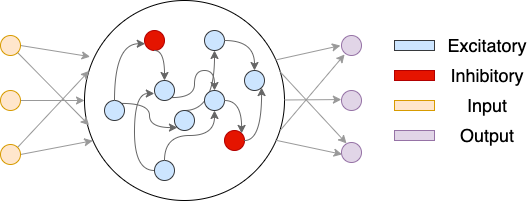
This is docs/images/basics/EIRNN_structure.png from NN4Neurosim/nn4n, a draw.io export, as it was before one commit. Source tidied: cells renumbered, new cells last; positions are measured from the earlier drawing's top-left corner, leaving out a move shared by most shapes. Its diagram source:
```xml
<mxGraphModel>
  <root>
    <mxCell id="0" />
    <mxCell id="1" parent="0" />
    <mxCell id="2" style="ellipse;whiteSpace=wrap;html=1;" parent="1" vertex="1">
      <mxGeometry x="84" width="200" height="200" as="geometry" />
    </mxCell>
    <mxCell id="3" style="ellipse;whiteSpace=wrap;html=1;fillColor=#e51400;strokeColor=#B20000;fontColor=#ffffff;" parent="1" vertex="1">
      <mxGeometry x="144" y="30" width="20" height="20" as="geometry" />
    </mxCell>
    <mxCell id="4" style="ellipse;whiteSpace=wrap;html=1;fillColor=#cce5ff;strokeColor=#36393d;" parent="1" vertex="1">
      <mxGeometry x="154" y="80" width="20" height="20" as="geometry" />
    </mxCell>
    <mxCell id="5" style="ellipse;whiteSpace=wrap;html=1;fillColor=#cce5ff;strokeColor=#36393d;" parent="1" vertex="1">
      <mxGeometry x="244" y="70" width="20" height="20" as="geometry" />
    </mxCell>
    <mxCell id="6" style="ellipse;whiteSpace=wrap;html=1;fillColor=#e51400;strokeColor=#B20000;fontColor=#ffffff;" parent="1" vertex="1">
      <mxGeometry x="224" y="130" width="20" height="20" as="geometry" />
    </mxCell>
    <mxCell id="7" style="ellipse;whiteSpace=wrap;html=1;fillColor=#cce5ff;strokeColor=#36393d;" parent="1" vertex="1">
      <mxGeometry x="204" y="30" width="20" height="20" as="geometry" />
    </mxCell>
    <mxCell id="8" style="edgeStyle=orthogonalEdgeStyle;curved=1;rounded=0;jettySize=auto;html=1;exitX=1;exitY=0;exitDx=0;exitDy=0;entryX=0;entryY=1;entryDx=0;entryDy=0;strokeColor=#666666;" parent="1" edge="1" source="9" target="13">
      <mxGeometry relative="1" as="geometry" />
    </mxCell>
    <mxCell id="9" style="ellipse;whiteSpace=wrap;html=1;fillColor=#cce5ff;strokeColor=#36393d;" parent="1" vertex="1">
      <mxGeometry x="104" y="100" width="20" height="20" as="geometry" />
    </mxCell>
    <mxCell id="10" style="edgeStyle=orthogonalEdgeStyle;curved=1;rounded=0;jettySize=auto;html=1;exitX=0.5;exitY=0;exitDx=0;exitDy=0;entryX=0.5;entryY=1;entryDx=0;entryDy=0;strokeColor=#666666;" parent="1" edge="1" source="13" target="7">
      <mxGeometry relative="1" as="geometry">
        <Array as="points">
          <mxPoint x="214" y="110" />
        </Array>
      </mxGeometry>
    </mxCell>
    <mxCell id="11" style="ellipse;whiteSpace=wrap;html=1;fillColor=#cce5ff;strokeColor=#36393d;" parent="1" vertex="1">
      <mxGeometry x="154" y="160" width="20" height="20" as="geometry" />
    </mxCell>
    <mxCell id="12" style="ellipse;whiteSpace=wrap;html=1;fillColor=#cce5ff;strokeColor=#36393d;" parent="1" vertex="1">
      <mxGeometry x="204" y="90" width="20" height="20" as="geometry" />
    </mxCell>
    <mxCell id="13" style="ellipse;whiteSpace=wrap;html=1;fillColor=#cce5ff;strokeColor=#36393d;" parent="1" vertex="1">
      <mxGeometry x="174" y="110" width="20" height="20" as="geometry" />
    </mxCell>
    <mxCell id="14" style="edgeStyle=orthogonalEdgeStyle;curved=1;rounded=0;jettySize=auto;html=1;exitX=0.5;exitY=0;exitDx=0;exitDy=0;entryX=0.5;entryY=1;entryDx=0;entryDy=0;strokeColor=#666666;" parent="1" edge="1" source="11" target="12">
      <mxGeometry relative="1" as="geometry" />
    </mxCell>
    <mxCell id="15" style="edgeStyle=orthogonalEdgeStyle;curved=1;rounded=0;jettySize=auto;html=1;exitX=1;exitY=1;exitDx=0;exitDy=0;entryX=0.5;entryY=0;entryDx=0;entryDy=0;strokeColor=#666666;" parent="1" edge="1" source="4" target="12">
      <mxGeometry relative="1" as="geometry" />
    </mxCell>
    <mxCell id="16" style="edgeStyle=orthogonalEdgeStyle;curved=1;rounded=0;jettySize=auto;html=1;exitX=1;exitY=0.5;exitDx=0;exitDy=0;entryX=1;entryY=0;entryDx=0;entryDy=0;strokeColor=#666666;" parent="1" edge="1" source="12" target="6">
      <mxGeometry relative="1" as="geometry" />
    </mxCell>
    <mxCell id="17" style="edgeStyle=orthogonalEdgeStyle;curved=1;rounded=0;jettySize=auto;html=1;exitX=0.5;exitY=1;exitDx=0;exitDy=0;entryX=0.5;entryY=0;entryDx=0;entryDy=0;strokeColor=#666666;" parent="1" edge="1" source="3" target="4">
      <mxGeometry relative="1" as="geometry" />
    </mxCell>
    <mxCell id="18" style="edgeStyle=orthogonalEdgeStyle;curved=1;rounded=0;jettySize=auto;html=1;exitX=0.5;exitY=0;exitDx=0;exitDy=0;entryX=0.036;entryY=0.661;entryDx=0;entryDy=0;strokeColor=#666666;entryPerimeter=0;" parent="1" edge="1" source="9" target="3">
      <mxGeometry relative="1" as="geometry" />
    </mxCell>
    <mxCell id="19" style="edgeStyle=orthogonalEdgeStyle;curved=1;rounded=0;jettySize=auto;html=1;entryX=1;entryY=1;entryDx=0;entryDy=0;strokeColor=#666666;exitX=1;exitY=0.5;exitDx=0;exitDy=0;" parent="1" edge="1" source="6" target="5">
      <mxGeometry relative="1" as="geometry">
        <Array as="points">
          <mxPoint x="261" y="140" />
        </Array>
      </mxGeometry>
    </mxCell>
    <mxCell id="20" style="edgeStyle=orthogonalEdgeStyle;curved=1;rounded=0;jettySize=auto;html=1;exitX=1;exitY=0.5;exitDx=0;exitDy=0;entryX=0.5;entryY=0;entryDx=0;entryDy=0;strokeColor=#666666;" parent="1" edge="1" source="7" target="5">
      <mxGeometry relative="1" as="geometry" />
    </mxCell>
    <mxCell id="21" style="edgeStyle=orthogonalEdgeStyle;curved=1;rounded=0;jettySize=auto;html=1;exitX=0;exitY=0.5;exitDx=0;exitDy=0;entryX=-0.01;entryY=0.65;entryDx=0;entryDy=0;strokeColor=#666666;entryPerimeter=0;" parent="1" edge="1" source="11" target="4">
      <mxGeometry relative="1" as="geometry" />
    </mxCell>
    <mxCell id="22" style="rounded=0;jettySize=auto;html=1;exitX=1;exitY=0.5;exitDx=0;exitDy=0;fillColor=#f5f5f5;strokeColor=#999999;entryX=0.028;entryY=0.281;entryDx=0;entryDy=0;entryPerimeter=0;" parent="1" edge="1" source="24" target="2">
      <mxGeometry relative="1" as="geometry" />
    </mxCell>
    <mxCell id="23" style="edgeStyle=none;rounded=0;jettySize=auto;html=1;exitX=1;exitY=1;exitDx=0;exitDy=0;entryX=0.023;entryY=0.624;entryDx=0;entryDy=0;entryPerimeter=0;fillColor=#f5f5f5;strokeColor=#999999;" parent="1" edge="1" source="24" target="2">
      <mxGeometry relative="1" as="geometry" />
    </mxCell>
    <mxCell id="24" style="ellipse;whiteSpace=wrap;html=1;fillColor=#ffe6cc;strokeColor=#d79b00;" parent="1" vertex="1">
      <mxGeometry y="35" width="20" height="20" as="geometry" />
    </mxCell>
    <mxCell id="25" style="edgeStyle=none;rounded=0;jettySize=auto;html=1;exitX=1;exitY=0.5;exitDx=0;exitDy=0;fillColor=#f5f5f5;strokeColor=#999999;" parent="1" edge="1" source="26" target="2">
      <mxGeometry relative="1" as="geometry" />
    </mxCell>
    <mxCell id="26" style="ellipse;whiteSpace=wrap;html=1;fillColor=#ffe6cc;strokeColor=#d79b00;" parent="1" vertex="1">
      <mxGeometry y="90" width="20" height="20" as="geometry" />
    </mxCell>
    <mxCell id="27" style="rounded=0;jettySize=auto;html=1;exitX=1;exitY=0.5;exitDx=0;exitDy=0;entryX=0.041;entryY=0.701;entryDx=0;entryDy=0;entryPerimeter=0;fillColor=#f5f5f5;strokeColor=#999999;" parent="1" edge="1" source="29" target="2">
      <mxGeometry relative="1" as="geometry" />
    </mxCell>
    <mxCell id="28" style="edgeStyle=none;rounded=0;jettySize=auto;html=1;exitX=1;exitY=0;exitDx=0;exitDy=0;entryX=0.023;entryY=0.352;entryDx=0;entryDy=0;entryPerimeter=0;fillColor=#f5f5f5;strokeColor=#999999;" parent="1" edge="1" source="29" target="2">
      <mxGeometry relative="1" as="geometry" />
    </mxCell>
    <mxCell id="29" style="ellipse;whiteSpace=wrap;html=1;fillColor=#ffe6cc;strokeColor=#d79b00;" parent="1" vertex="1">
      <mxGeometry y="144" width="20" height="20" as="geometry" />
    </mxCell>
    <mxCell id="30" style="rounded=0;jettySize=auto;html=1;exitX=0.953;exitY=0.298;exitDx=0;exitDy=0;entryX=-0.054;entryY=0.504;entryDx=0;entryDy=0;entryPerimeter=0;fillColor=#f5f5f5;strokeColor=#999999;exitPerimeter=0;" parent="1" edge="1" source="2" target="37">
      <mxGeometry relative="1" as="geometry" />
    </mxCell>
    <mxCell id="31" style="edgeStyle=none;rounded=0;jettySize=auto;html=1;exitX=0.974;exitY=0.352;exitDx=0;exitDy=0;entryX=0.251;entryY=0.047;entryDx=0;entryDy=0;entryPerimeter=0;fillColor=#f5f5f5;strokeColor=#999999;exitPerimeter=0;" parent="1" edge="1" source="2" target="35">
      <mxGeometry relative="1" as="geometry" />
    </mxCell>
    <mxCell id="32" style="edgeStyle=none;rounded=0;jettySize=auto;html=1;exitX=1;exitY=0.5;exitDx=0;exitDy=0;fillColor=#f5f5f5;strokeColor=#999999;entryX=-0.007;entryY=0.453;entryDx=0;entryDy=0;entryPerimeter=0;" parent="1" edge="1" target="36">
      <mxGeometry relative="1" as="geometry">
        <mxPoint x="284" y="99.5" as="sourcePoint" />
      </mxGeometry>
    </mxCell>
    <mxCell id="33" style="rounded=0;jettySize=auto;html=1;exitX=0.953;exitY=0.698;exitDx=0;exitDy=0;entryX=0.033;entryY=0.593;entryDx=0;entryDy=0;entryPerimeter=0;fillColor=#f5f5f5;strokeColor=#999999;exitPerimeter=0;" parent="1" edge="1" source="2" target="35">
      <mxGeometry relative="1" as="geometry" />
    </mxCell>
    <mxCell id="34" style="edgeStyle=none;rounded=0;jettySize=auto;html=1;exitX=0.979;exitY=0.649;exitDx=0;exitDy=0;entryX=0.154;entryY=0.948;entryDx=0;entryDy=0;entryPerimeter=0;fillColor=#f5f5f5;strokeColor=#999999;exitPerimeter=0;" parent="1" edge="1" source="2" target="37">
      <mxGeometry relative="1" as="geometry" />
    </mxCell>
    <mxCell id="35" style="ellipse;whiteSpace=wrap;html=1;fillColor=#e1d5e7;strokeColor=#9673a6;" parent="1" vertex="1">
      <mxGeometry x="341" y="142" width="20" height="20" as="geometry" />
    </mxCell>
    <mxCell id="36" style="ellipse;whiteSpace=wrap;html=1;fillColor=#e1d5e7;strokeColor=#9673a6;" parent="1" vertex="1">
      <mxGeometry x="341" y="90" width="20" height="20" as="geometry" />
    </mxCell>
    <mxCell id="37" style="ellipse;whiteSpace=wrap;html=1;fillColor=#e1d5e7;strokeColor=#9673a6;" parent="1" vertex="1">
      <mxGeometry x="341" y="35" width="20" height="20" as="geometry" />
    </mxCell>
    <mxCell id="38" style="rounded=0;whiteSpace=wrap;html=1;fillColor=#cce5ff;strokeColor=#36393d;fontSize=18;" parent="1" vertex="1">
      <mxGeometry x="394" y="40" width="40" height="10" as="geometry" />
    </mxCell>
    <mxCell id="39" value="Inhibitory" style="text;html=1;strokeColor=none;fillColor=none;align=center;verticalAlign=middle;whiteSpace=wrap;rounded=0;fontSize=18;" parent="1" vertex="1">
      <mxGeometry x="457" y="60" width="60" height="30" as="geometry" />
    </mxCell>
    <mxCell id="40" style="rounded=0;whiteSpace=wrap;html=1;fillColor=#e51400;fontColor=#ffffff;strokeColor=#B20000;fontSize=18;" parent="1" vertex="1">
      <mxGeometry x="394" y="70" width="40" height="10" as="geometry" />
    </mxCell>
    <mxCell id="41" value="Excitatory" style="text;html=1;strokeColor=none;fillColor=none;align=center;verticalAlign=middle;whiteSpace=wrap;rounded=0;fontSize=18;" parent="1" vertex="1">
      <mxGeometry x="457" y="30" width="60" height="30" as="geometry" />
    </mxCell>
    <mxCell id="42" style="rounded=0;whiteSpace=wrap;html=1;fillColor=#ffe6cc;strokeColor=#d79b00;fontSize=18;" parent="1" vertex="1">
      <mxGeometry x="394" y="100" width="40" height="10" as="geometry" />
    </mxCell>
    <mxCell id="43" value="Output" style="text;html=1;strokeColor=none;fillColor=none;align=center;verticalAlign=middle;whiteSpace=wrap;rounded=0;fontSize=18;" parent="1" vertex="1">
      <mxGeometry x="457" y="120" width="60" height="30" as="geometry" />
    </mxCell>
    <mxCell id="44" style="rounded=0;whiteSpace=wrap;html=1;fillColor=#e1d5e7;strokeColor=#9673a6;fontSize=18;" parent="1" vertex="1">
      <mxGeometry x="394" y="130" width="40" height="10" as="geometry" />
    </mxCell>
    <mxCell id="45" value="Input" style="text;html=1;strokeColor=none;fillColor=none;align=center;verticalAlign=middle;whiteSpace=wrap;rounded=0;fontSize=18;" parent="1" vertex="1">
      <mxGeometry x="457" y="90" width="60" height="30" as="geometry" />
    </mxCell>
  </root>
</mxGraphModel>
```
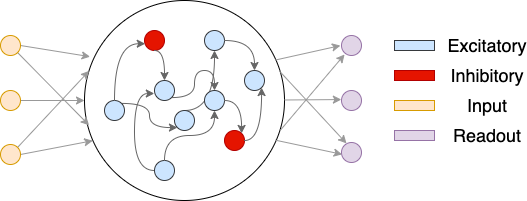
After the commit.

Diff of the diagram source:
```diff
@@ -135,7 +135,7 @@
     <mxCell id="42" style="rounded=0;whiteSpace=wrap;html=1;fillColor=#ffe6cc;strokeColor=#d79b00;fontSize=18;" parent="1" vertex="1">
       <mxGeometry x="394" y="100" width="40" height="10" as="geometry" />
     </mxCell>
-    <mxCell id="43" value="Output" style="text;html=1;strokeColor=none;fillColor=none;align=center;verticalAlign=middle;whiteSpace=wrap;rounded=0;fontSize=18;" parent="1" vertex="1">
+    <mxCell id="43" value="Readout" style="text;html=1;strokeColor=none;fillColor=none;align=center;verticalAlign=middle;whiteSpace=wrap;rounded=0;fontSize=18;" parent="1" vertex="1">
       <mxGeometry x="457" y="120" width="60" height="30" as="geometry" />
     </mxCell>
     <mxCell id="44" style="rounded=0;whiteSpace=wrap;html=1;fillColor=#e1d5e7;strokeColor=#9673a6;fontSize=18;" parent="1" vertex="1">
```
